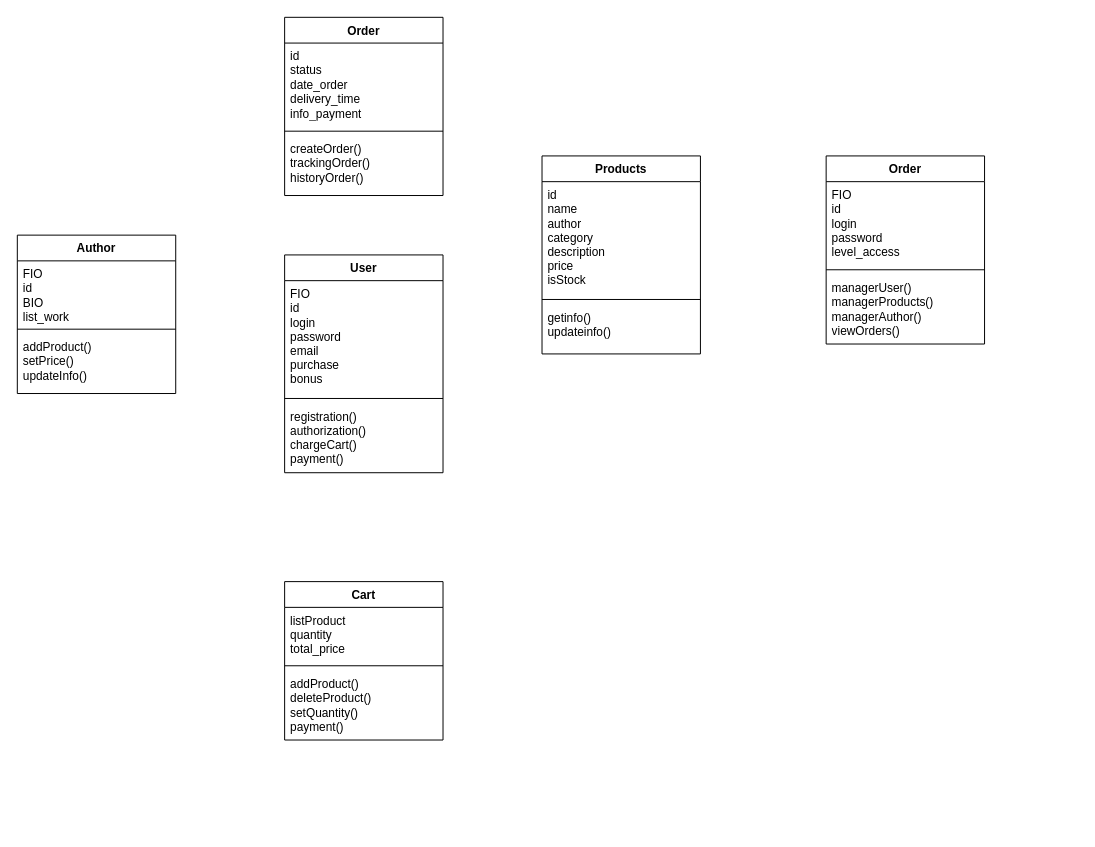
Before: Доставка еды.drawio in DeVarl1/Asshole-delivery, a draw.io diagram. Source tidied: cells renumbered, new cells numbered last; positions are measured from the earlier drawing's top-left corner, leaving out a move shared by most shapes. Both pictures are drawn from the tidied source at 99%, with x=0, y=0 at pixel (17, 17).
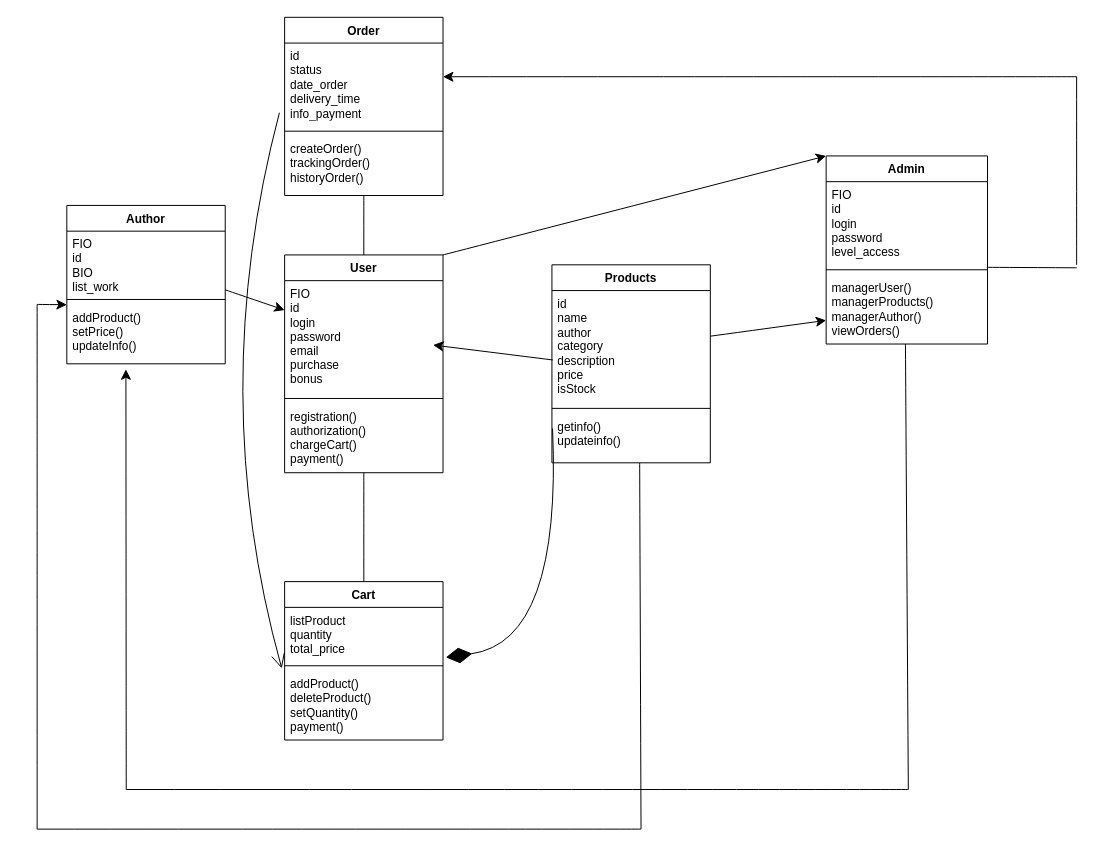
The same page after the edit.

Unchanged cells that the change refers to:
```xml
<mxCell id="2" value="Order" style="swimlane;fontStyle=1;align=center;verticalAlign=top;horizontal=1;startSize=26;whiteSpace=wrap;html=1;" parent="1" vertex="1">
  <mxGeometry x="270" width="160" height="180" as="geometry" />
</mxCell>
<mxCell id="3" value="id&lt;div&gt;status&lt;/div&gt;&lt;div&gt;date_order&lt;/div&gt;&lt;div&gt;delivery_time&lt;/div&gt;&lt;div&gt;info_payment&lt;/div&gt;" style="text;strokeColor=none;fillColor=none;align=left;verticalAlign=top;spacingLeft=4;spacingRight=4;overflow=hidden;points=[[0,0.5],[1,0.5]];portConstraint=eastwest;whiteSpace=wrap;html=1;" parent="2" vertex="1">
  <mxGeometry y="26" width="160" height="84" as="geometry" />
</mxCell>
<mxCell id="7" value="FIO&lt;div&gt;id&lt;/div&gt;&lt;div&gt;BIO&lt;/div&gt;&lt;div&gt;list_work&lt;/div&gt;" style="text;strokeColor=none;fillColor=none;align=left;verticalAlign=top;spacingLeft=4;spacingRight=4;overflow=hidden;points=[[0,0.5],[1,0.5]];portConstraint=eastwest;whiteSpace=wrap;html=1;" parent="6" vertex="1">
  <mxGeometry y="26" width="160" height="64" as="geometry" />
</mxCell>
<mxCell id="9" value="addProduct()&lt;div&gt;setPrice()&lt;/div&gt;&lt;div&gt;updateInfo()&lt;/div&gt;" style="text;strokeColor=none;fillColor=none;align=left;verticalAlign=top;spacingLeft=4;spacingRight=4;overflow=hidden;points=[[0,0.5],[1,0.5]];portConstraint=eastwest;whiteSpace=wrap;html=1;" parent="6" vertex="1">
  <mxGeometry y="100" width="160" height="60" as="geometry" />
</mxCell>
<mxCell id="10" value="User" style="swimlane;fontStyle=1;align=center;verticalAlign=top;horizontal=1;startSize=26;whiteSpace=wrap;html=1;" parent="1" vertex="1">
  <mxGeometry x="270" y="240" width="160" height="220" as="geometry" />
</mxCell>
<mxCell id="11" value="FIO&lt;div&gt;id&lt;/div&gt;&lt;div&gt;login&lt;/div&gt;&lt;div&gt;password&lt;/div&gt;&lt;div&gt;email&lt;/div&gt;&lt;div&gt;purchase&lt;/div&gt;&lt;div&gt;bonus&lt;/div&gt;" style="text;strokeColor=none;fillColor=none;align=left;verticalAlign=top;spacingLeft=4;spacingRight=4;overflow=hidden;points=[[0,0.5],[1,0.5]];portConstraint=eastwest;whiteSpace=wrap;html=1;" parent="10" vertex="1">
  <mxGeometry y="26" width="160" height="114" as="geometry" />
</mxCell>
<mxCell id="15" value="id&lt;div&gt;name&lt;/div&gt;&lt;div&gt;author&lt;/div&gt;&lt;div&gt;category&lt;/div&gt;&lt;div&gt;description&lt;/div&gt;&lt;div&gt;price&lt;/div&gt;&lt;div&gt;isStock&lt;/div&gt;" style="text;strokeColor=none;fillColor=none;align=left;verticalAlign=top;spacingLeft=4;spacingRight=4;overflow=hidden;points=[[0,0.5],[1,0.5]];portConstraint=eastwest;whiteSpace=wrap;html=1;" parent="14" vertex="1">
  <mxGeometry y="26" width="160" height="114" as="geometry" />
</mxCell>
<mxCell id="17" value="getinfo()&lt;div&gt;updateinfo()&lt;/div&gt;" style="text;strokeColor=none;fillColor=none;align=left;verticalAlign=top;spacingLeft=4;spacingRight=4;overflow=hidden;points=[[0,0.5],[1,0.5]];portConstraint=eastwest;whiteSpace=wrap;html=1;" parent="14" vertex="1">
  <mxGeometry y="150" width="160" height="50" as="geometry" />
</mxCell>
<mxCell id="19" value="listProduct&lt;div&gt;quantity&lt;/div&gt;&lt;div&gt;total_price&lt;/div&gt;" style="text;strokeColor=none;fillColor=none;align=left;verticalAlign=top;spacingLeft=4;spacingRight=4;overflow=hidden;points=[[0,0.5],[1,0.5]];portConstraint=eastwest;whiteSpace=wrap;html=1;" parent="18" vertex="1">
  <mxGeometry y="26" width="160" height="54" as="geometry" />
</mxCell>
<mxCell id="21" value="addProduct()&lt;div&gt;deleteProduct()&lt;/div&gt;&lt;div&gt;setQuantity()&lt;/div&gt;&lt;div&gt;payment()&lt;/div&gt;" style="text;strokeColor=none;fillColor=none;align=left;verticalAlign=top;spacingLeft=4;spacingRight=4;overflow=hidden;points=[[0,0.5],[1,0.5]];portConstraint=eastwest;whiteSpace=wrap;html=1;" parent="18" vertex="1">
  <mxGeometry y="90" width="160" height="70" as="geometry" />
</mxCell>
```

What changed in the source:
```diff
@@
+    <mxCell id="26" style="edgeStyle=none;curved=1;rounded=0;jettySize=auto;html=1;fontSize=12;startSize=8;endSize=8;" parent="1" edge="1" source="2" target="11">
+      <mxGeometry relative="1" as="geometry" />
+    </mxCell>
@@
     <mxCell id="6" value="Author" style="swimlane;fontStyle=1;align=center;verticalAlign=top;horizontal=1;startSize=26;whiteSpace=wrap;html=1;" parent="1" vertex="1">
-      <mxGeometry y="220" width="160" height="160" as="geometry" />
+      <mxGeometry x="50" y="190" width="160" height="160" as="geometry" />
     </mxCell>
@@
+    <mxCell id="27" style="edgeStyle=none;curved=1;rounded=0;jettySize=auto;html=1;fontSize=12;startSize=8;endSize=8;" parent="1" edge="1" source="10" target="19">
+      <mxGeometry relative="1" as="geometry" />
+    </mxCell>
+    <mxCell id="28" style="edgeStyle=none;curved=1;rounded=0;jettySize=auto;html=1;exitX=1;exitY=0;exitDx=0;exitDy=0;fontSize=12;startSize=8;endSize=8;entryX=0;entryY=0;entryDx=0;entryDy=0;" parent="1" edge="1" source="10" target="22">
+      <mxGeometry relative="1" as="geometry" />
+    </mxCell>
@@
+    <mxCell id="29" style="edgeStyle=none;curved=1;rounded=0;jettySize=auto;html=1;fontSize=12;startSize=8;endSize=8;exitX=0.006;exitY=0.615;exitDx=0;exitDy=0;exitPerimeter=0;" parent="10" edge="1" source="15">
+      <mxGeometry relative="1" as="geometry">
+        <mxPoint x="150" y="91" as="targetPoint" />
+      </mxGeometry>
+    </mxCell>
@@
     <mxCell id="14" value="Products" style="swimlane;fontStyle=1;align=center;verticalAlign=top;horizontal=1;startSize=26;whiteSpace=wrap;html=1;" parent="1" vertex="1">
-      <mxGeometry x="530" y="140" width="160" height="200" as="geometry" />
+      <mxGeometry x="540" y="250" width="160" height="200" as="geometry" />
     </mxCell>
@@
-    <mxCell id="22" value="Order" style="swimlane;fontStyle=1;align=center;verticalAlign=top;horizontal=1;startSize=26;whiteSpace=wrap;html=1;" parent="1" vertex="1">
-      <mxGeometry x="817" y="140" width="160" height="190" as="geometry" />
+    <mxCell id="22" value="Admin" style="swimlane;fontStyle=1;align=center;verticalAlign=top;horizontal=1;startSize=26;whiteSpace=wrap;html=1;" parent="1" vertex="1">
+      <mxGeometry x="817" y="140" width="163" height="190" as="geometry" />
     </mxCell>
     <mxCell id="23" value="FIO&lt;div&gt;id&lt;/div&gt;&lt;div&gt;login&lt;/div&gt;&lt;div&gt;password&lt;/div&gt;&lt;div&gt;level_access&lt;/div&gt;" style="text;strokeColor=none;fillColor=none;align=left;verticalAlign=top;spacingLeft=4;spacingRight=4;overflow=hidden;points=[[0,0.5],[1,0.5]];portConstraint=eastwest;whiteSpace=wrap;html=1;" parent="22" vertex="1">
-      <mxGeometry y="26" width="160" height="84" as="geometry" />
+      <mxGeometry y="26" width="163" height="84" as="geometry" />
     </mxCell>
     <mxCell id="24" style="line;strokeWidth=1;fillColor=none;align=left;verticalAlign=middle;spacingTop=-1;spacingLeft=3;spacingRight=3;labelPosition=right;strokeColor=inherit;" parent="22" vertex="1">
-      <mxGeometry y="110" width="160" height="10" as="geometry" />
+      <mxGeometry y="110" width="163" height="10" as="geometry" />
     </mxCell>
     <mxCell id="25" value="managerUser()&lt;div&gt;managerProducts()&lt;/div&gt;&lt;div&gt;managerAuthor()&lt;/div&gt;&lt;div&gt;viewOrders()&lt;/div&gt;" style="text;strokeColor=none;fillColor=none;align=left;verticalAlign=top;spacingLeft=4;spacingRight=4;overflow=hidden;points=[[0,0.5],[1,0.5]];portConstraint=eastwest;whiteSpace=wrap;html=1;" parent="22" vertex="1">
-      <mxGeometry y="120" width="160" height="70" as="geometry" />
+      <mxGeometry y="120" width="163" height="70" as="geometry" />
     </mxCell>
+    <mxCell id="30" style="edgeStyle=none;curved=1;rounded=0;jettySize=auto;html=1;fontSize=12;startSize=8;endSize=8;" parent="1" edge="1" source="7" target="11">
+      <mxGeometry relative="1" as="geometry" />
+    </mxCell>
+    <mxCell id="31" style="endArrow=diamondThin;endFill=1;endSize=24;html=1;rounded=0;fontSize=12;curved=1;entryX=1.018;entryY=0.935;entryDx=0;entryDy=0;entryPerimeter=0;exitX=0.004;exitY=0.306;exitDx=0;exitDy=0;exitPerimeter=0;" parent="1" edge="1" source="17" target="19">
+      <mxGeometry relative="1" as="geometry">
+        <Array as="points">
+          <mxPoint x="550" y="630" />
+        </Array>
+      </mxGeometry>
+    </mxCell>
+    <mxCell id="32" style="edgeStyle=none;curved=1;rounded=0;jettySize=auto;html=1;fontSize=12;startSize=8;endSize=8;entryX=0.373;entryY=1.093;entryDx=0;entryDy=0;entryPerimeter=0;" parent="1" edge="1" target="9">
+      <mxGeometry relative="1" as="geometry">
+        <mxPoint x="110" y="780" as="sourcePoint" />
+      </mxGeometry>
+    </mxCell>
+    <mxCell id="33" style="edgeStyle=none;curved=1;rounded=0;orthogonalLoop=1;jettySize=auto;html=1;fontSize=12;startSize=8;endSize=8;" parent="1" edge="1">
+      <mxGeometry relative="1" as="geometry">
+        <mxPoint x="1070" y="60" as="sourcePoint" />
+        <mxPoint x="430" y="60" as="targetPoint" />
+      </mxGeometry>
+    </mxCell>
+    <mxCell id="34" style="endArrow=open;endFill=1;endSize=12;html=1;rounded=0;fontSize=12;curved=1;exitX=-0.033;exitY=0.838;exitDx=0;exitDy=0;exitPerimeter=0;entryX=-0.018;entryY=-0.034;entryDx=0;entryDy=0;entryPerimeter=0;" parent="1" edge="1" source="3" target="21">
+      <mxGeometry relative="1" as="geometry">
+        <Array as="points">
+          <mxPoint x="190" y="380" />
+        </Array>
+      </mxGeometry>
+    </mxCell>
+    <mxCell id="35" style="edgeStyle=none;curved=1;rounded=0;orthogonalLoop=1;jettySize=auto;html=1;fontSize=12;startSize=8;endSize=8;entryX=-0.016;entryY=1.192;entryDx=0;entryDy=0;entryPerimeter=0;" parent="1" edge="1">
+      <mxGeometry relative="1" as="geometry">
+        <mxPoint x="20" y="290" as="sourcePoint" />
+        <mxPoint x="50" y="290.3" as="targetPoint" />
+      </mxGeometry>
+    </mxCell>
+    <mxCell id="36" style="edgeStyle=none;curved=1;rounded=0;jettySize=auto;html=1;fontSize=12;startSize=8;endSize=8;" parent="1" edge="1" source="15" target="25">
+      <mxGeometry relative="1" as="geometry" />
+    </mxCell>
+    <mxCell id="37" style="endArrow=none;html=1;rounded=0;fontSize=12;startSize=8;endSize=8;curved=1;exitX=0.996;exitY=1.03;exitDx=0;exitDy=0;exitPerimeter=0;" parent="1" edge="1" source="23">
+      <mxGeometry relative="1" as="geometry">
+        <mxPoint x="1070" y="253" as="targetPoint" />
+      </mxGeometry>
+    </mxCell>
+    <mxCell id="38" style="endArrow=none;html=1;rounded=0;fontSize=12;startSize=8;endSize=8;curved=1;" parent="1" edge="1">
+      <mxGeometry relative="1" as="geometry">
+        <mxPoint x="1070" y="250" as="sourcePoint" />
+        <mxPoint x="1070" y="60" as="targetPoint" />
+      </mxGeometry>
+    </mxCell>
+    <mxCell id="39" style="endArrow=none;html=1;rounded=0;fontSize=12;startSize=8;endSize=8;curved=1;exitX=0.996;exitY=1.03;exitDx=0;exitDy=0;exitPerimeter=0;" parent="1" edge="1">
+      <mxGeometry relative="1" as="geometry">
+        <mxPoint x="897.1" y="330" as="sourcePoint" />
+        <mxPoint x="900" y="780" as="targetPoint" />
+      </mxGeometry>
+    </mxCell>
+    <mxCell id="40" style="endArrow=none;html=1;rounded=0;fontSize=12;startSize=8;endSize=8;curved=1;" parent="1" edge="1">
+      <mxGeometry relative="1" as="geometry">
+        <mxPoint x="900" y="780" as="sourcePoint" />
+        <mxPoint x="110" y="780" as="targetPoint" />
+      </mxGeometry>
+    </mxCell>
+    <mxCell id="41" style="endArrow=none;html=1;rounded=0;fontSize=12;startSize=8;endSize=8;curved=1;" parent="1" edge="1">
+      <mxGeometry relative="1" as="geometry">
+        <mxPoint x="630" y="820" as="sourcePoint" />
+        <mxPoint x="20" y="820" as="targetPoint" />
+      </mxGeometry>
+    </mxCell>
+    <mxCell id="42" style="endArrow=none;html=1;rounded=0;fontSize=12;startSize=8;endSize=8;curved=1;exitX=0.554;exitY=1.004;exitDx=0;exitDy=0;exitPerimeter=0;" parent="1" edge="1" source="17">
+      <mxGeometry relative="1" as="geometry">
+        <mxPoint x="630" y="820" as="targetPoint" />
+      </mxGeometry>
+    </mxCell>
+    <mxCell id="43" style="endArrow=none;html=1;rounded=0;fontSize=12;startSize=8;endSize=8;curved=1;" parent="1" edge="1">
+      <mxGeometry relative="1" as="geometry">
+        <mxPoint x="20" y="290" as="sourcePoint" />
+        <mxPoint x="20" y="820" as="targetPoint" />
+      </mxGeometry>
+    </mxCell>
```
